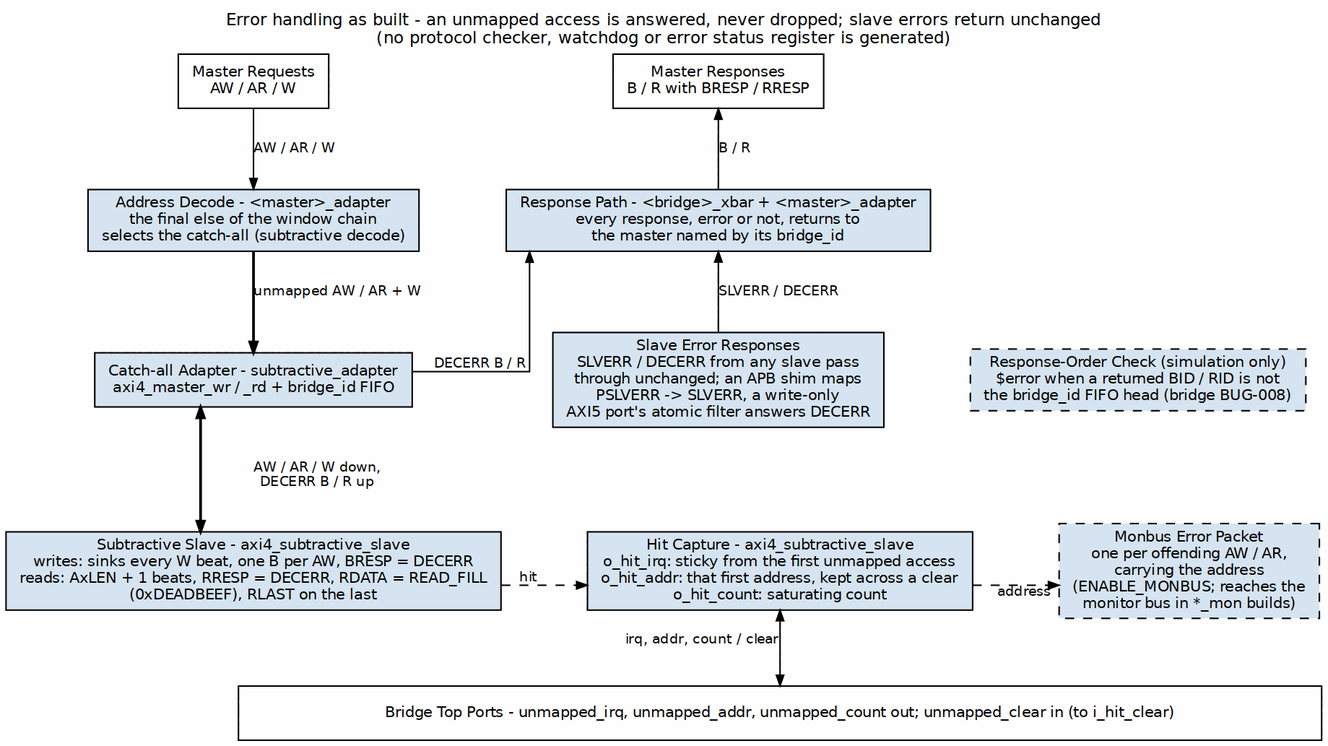
The Graphviz diagram projects/components/fabric-gen-ip/bridge/docs/bridge_mas/assets/graphviz/error_handling.png in sean-galloway/RTLDesignSherpa, before a commit. Its source is kept beside it as projects/components/fabric-gen-ip/bridge/docs/bridge_mas/assets/graphviz/error_handling.dot.
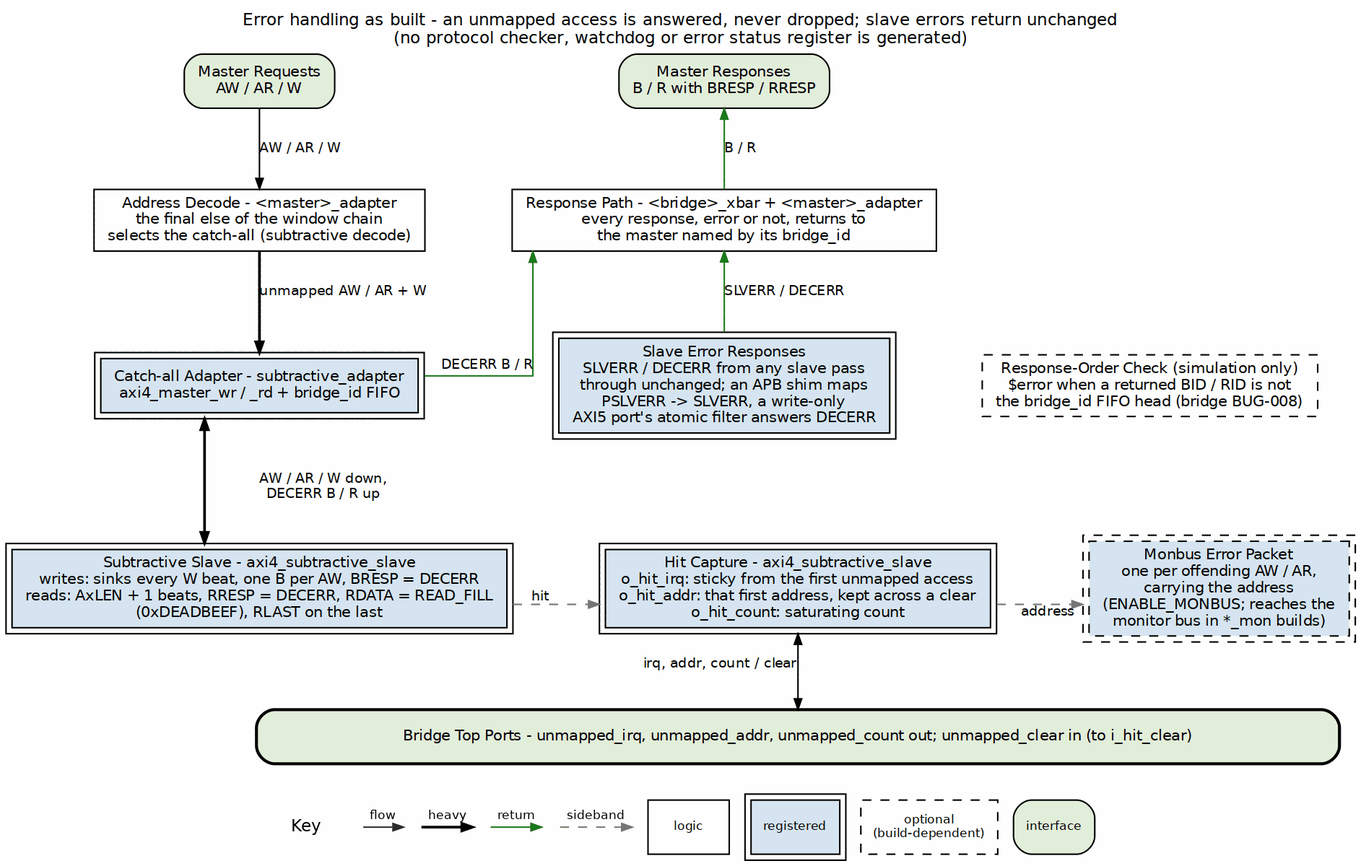
The same diagram one commit later.

Diff of the diagram source:
```diff
@@ -3,42 +3,42 @@
            nodesep="0.40", ranksep="0.60", splines=ortho, labelloc=t,
            label="Error handling as built - an unmapped access is answered, never dropped; slave errors return unchanged\n(no protocol checker, watchdog or error status register is generated)"];
     node  [fontname="Helvetica", fontsize=10, shape=box, style=filled,
-           fillcolor="#D6E4F0", color="black", margin="0.12,0.06"];
+           fillcolor="white", color="black", margin="0.12,0.06"];
     edge  [fontname="Helvetica", fontsize=9, color="black", arrowsize=0.7];
 
-    pc [label="Master Requests\nAW / AR / W", fillcolor="white", group=C];
-    pr [label="Master Responses\nB / R with BRESP / RRESP", fillcolor="white", group=R];
+    pc [label="Master Requests\nAW / AR / W", fillcolor="white", group=C, style="rounded,filled", fillcolor="#E2EFDA"];
+    pr [label="Master Responses\nB / R with BRESP / RRESP", fillcolor="white", group=R, style="rounded,filled", fillcolor="#E2EFDA"];
     { rank=same; pc; pr; }
     pc -> pr [style=invis];
 
-    dec [label="Address Decode - <master>_adapter\nthe final else of the window chain\nselects the catch-all (subtractive decode)", group=C];
-    rmux [label="Response Path - <bridge>_xbar + <master>_adapter\nevery response, error or not, returns to\nthe master named by its bridge_id", group=R];
+    dec [label="Address Decode - <master>_adapter\nthe final else of the window chain\nselects the catch-all (subtractive decode)", group=C, style="filled", fillcolor="white"];
+    rmux [label="Response Path - <bridge>_xbar + <master>_adapter\nevery response, error or not, returns to\nthe master named by its bridge_id", group=R, style="filled", fillcolor="white"];
     { rank=same; dec; rmux; }
     dec -> rmux [style=invis];
 
-    trk [label="Catch-all Adapter - subtractive_adapter\naxi4_master_wr / _rd + bridge_id FIFO", group=C];
-    serr [label="Slave Error Responses\nSLVERR / DECERR from any slave pass\nthrough unchanged; an APB shim maps\nPSLVERR -> SLVERR, a write-only\nAXI5 port's atomic filter answers DECERR", group=R];
-    chk [label="Response-Order Check (simulation only)\n$error when a returned BID / RID is not\nthe bridge_id FIFO head (bridge BUG-008)", style="filled,dashed"];
+    trk [label="Catch-all Adapter - subtractive_adapter\naxi4_master_wr / _rd + bridge_id FIFO", group=C, peripheries=2, style="filled", fillcolor="#D6E4F0"];
+    serr [label="Slave Error Responses\nSLVERR / DECERR from any slave pass\nthrough unchanged; an APB shim maps\nPSLVERR -> SLVERR, a write-only\nAXI5 port's atomic filter answers DECERR", group=R, peripheries=2, style="filled", fillcolor="#D6E4F0"];
+    chk [label="Response-Order Check (simulation only)\n$error when a returned BID / RID is not\nthe bridge_id FIFO head (bridge BUG-008)", style="filled,dashed", style="filled,dashed", fillcolor="white"];
     { rank=same; trk; serr; chk; }
     trk -> serr -> chk [style=invis];
 
-    sub [label="Subtractive Slave - axi4_subtractive_slave\nwrites: sinks every W beat, one B per AW, BRESP = DECERR\nreads: AxLEN + 1 beats, RRESP = DECERR, RDATA = READ_FILL\n(0xDEADBEEF), RLAST on the last", group=C];
-    hit [label="Hit Capture - axi4_subtractive_slave\no_hit_irq: sticky from the first unmapped access\no_hit_addr: that first address, kept across a clear\no_hit_count: saturating count"];
-    mon [label="Monbus Error Packet\none per offending AW / AR,\ncarrying the address\n(ENABLE_MONBUS; reaches the\nmonitor bus in *_mon builds)", style="filled,dashed"];
+    sub [label="Subtractive Slave - axi4_subtractive_slave\nwrites: sinks every W beat, one B per AW, BRESP = DECERR\nreads: AxLEN + 1 beats, RRESP = DECERR, RDATA = READ_FILL\n(0xDEADBEEF), RLAST on the last", group=C, peripheries=2, style="filled", fillcolor="#D6E4F0"];
+    hit [label="Hit Capture - axi4_subtractive_slave\no_hit_irq: sticky from the first unmapped access\no_hit_addr: that first address, kept across a clear\no_hit_count: saturating count", peripheries=2, style="filled", fillcolor="#D6E4F0"];
+    mon [label="Monbus Error Packet\none per offending AW / AR,\ncarrying the address\n(ENABLE_MONBUS; reaches the\nmonitor bus in *_mon builds)", style="filled,dashed", peripheries=2, style="filled,dashed", fillcolor="#D6E4F0"];
     { rank=same; sub; hit; mon; }
     sub -> hit -> mon [style=invis];
 
-    bar [label="Bridge Top Ports - unmapped_irq, unmapped_addr, unmapped_count out; unmapped_clear in (to i_hit_clear)", fillcolor="white", width=10];
+    bar [label="Bridge Top Ports - unmapped_irq, unmapped_addr, unmapped_count out; unmapped_clear in (to i_hit_clear)", fillcolor="white", width=10, style="rounded,filled,bold", fillcolor="#E2EFDA"];
 
     pc -> dec [label="AW / AR / W"];
     dec -> trk [label="unmapped AW / AR + W", penwidth=1.8];
     trk -> sub [label="AW / AR / W down,\nDECERR B / R up", penwidth=1.8, dir=both];
-    sub -> hit [style=dashed, xlabel="hit"];
-    hit -> mon [style=dashed, xlabel="address"];
+    sub -> hit [style=dashed, color="#777777", xlabel="hit"];
+    hit -> mon [style=dashed, color="#777777", xlabel="address"];
     hit -> bar [xlabel="irq, addr, count / clear", dir=both];
     trk -> chk [style=invis];
 
-    pr -> rmux [dir=back, label="B / R"];
-    rmux -> serr [dir=back, label="SLVERR / DECERR"];
-    rmux -> trk [dir=back, xlabel="DECERR B / R"];
+    pr -> rmux [color="#1A7A1A", dir=back, label="B / R"];
+    rmux -> serr [color="#1A7A1A", dir=back, label="SLVERR / DECERR"];
+    rmux -> trk [color="#1A7A1A", dir=back, xlabel="DECERR B / R"];
 }
```
